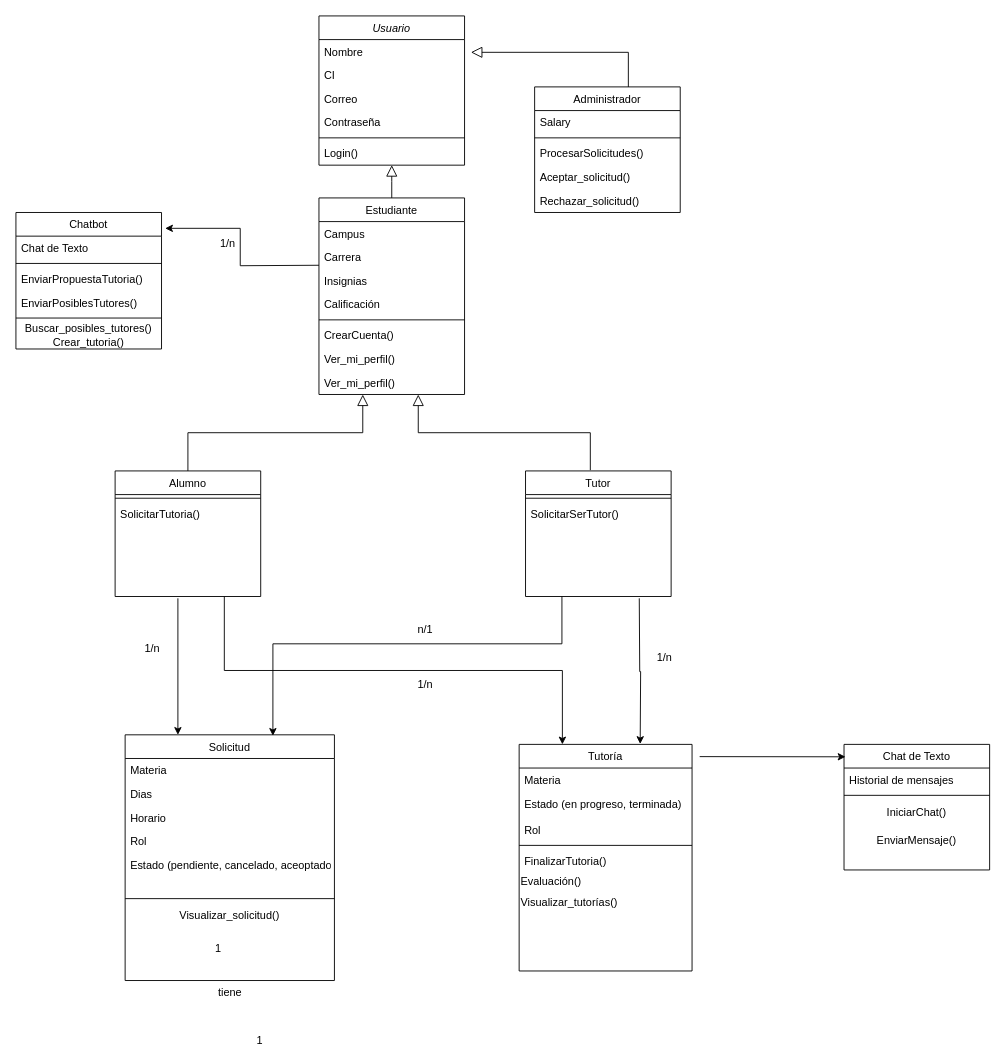
Before: diagrama_de_clases_se1 (1).drawio in TP-SE1/TP_SOS-UC, a draw.io diagram. Source tidied: cells renumbered, new cells numbered last; positions are measured from the earlier drawing's top-left corner, leaving out a move shared by most shapes. Both pictures are drawn from the tidied source at 91%, with x=0, y=0 at pixel (15, 15).
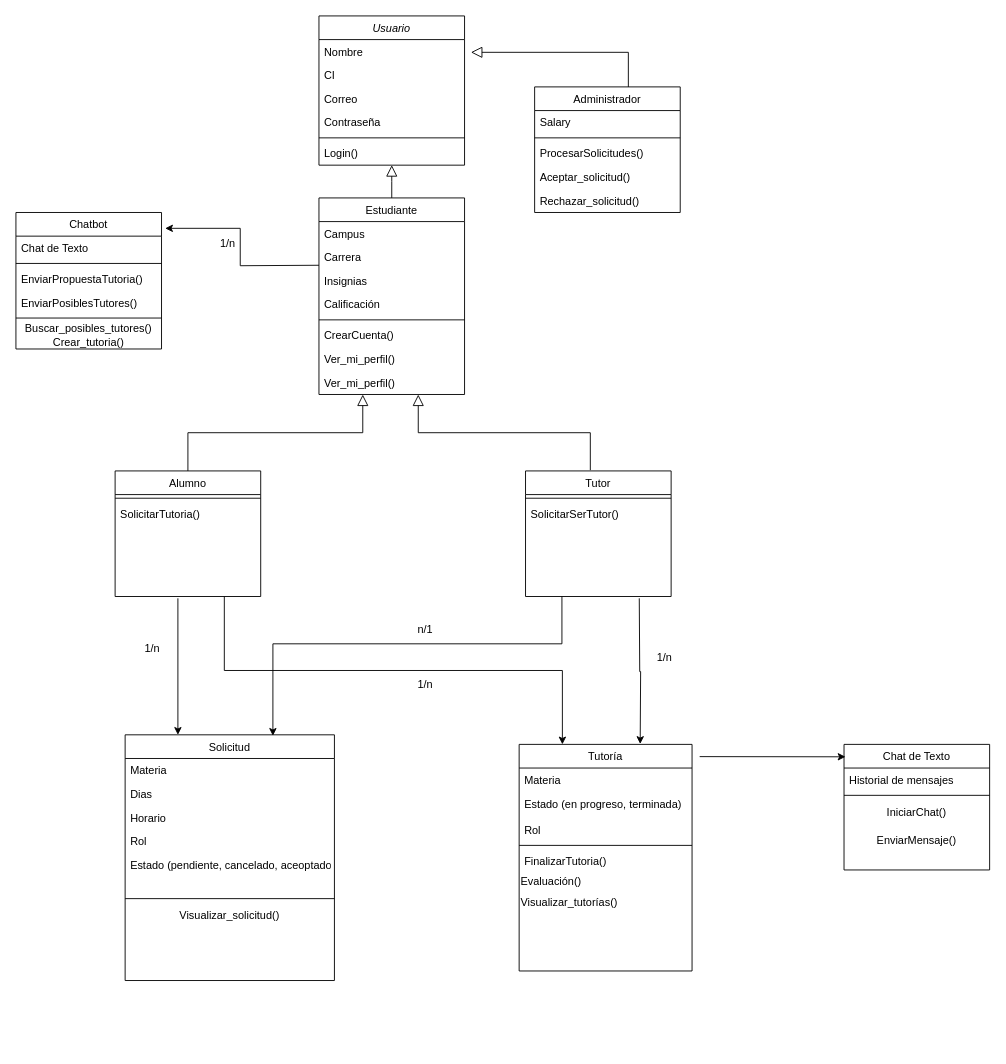
After the change.

Diff of the diagram source:
```diff
@@
-    <mxCell id="64" value="1" style="align=left;verticalAlign=bottom;labelBackgroundColor=none;fontSize=12;" parent="1" vertex="1">
-      <mxGeometry x="263" y="1134" as="geometry" />
-    </mxCell>
-    <mxCell id="65" value="tiene" style="text;html=1;align=center;verticalAlign=middle;labelBackgroundColor=none;rounded=0;shadow=0;strokeWidth=1;fontSize=12;" parent="1" vertex="1">
-      <mxGeometry x="234" y="1031" as="geometry">
-        <mxPoint y="42" as="offset" />
-      </mxGeometry>
-    </mxCell>
-    <mxCell id="66" value="1" style="align=right;verticalAlign=bottom;labelBackgroundColor=none;fontSize=12;" parent="1" vertex="1">
-      <mxGeometry x="731" y="910" as="geometry">
-        <mxPoint x="-504" y="123" as="offset" />
-      </mxGeometry>
-    </mxCell>
```
